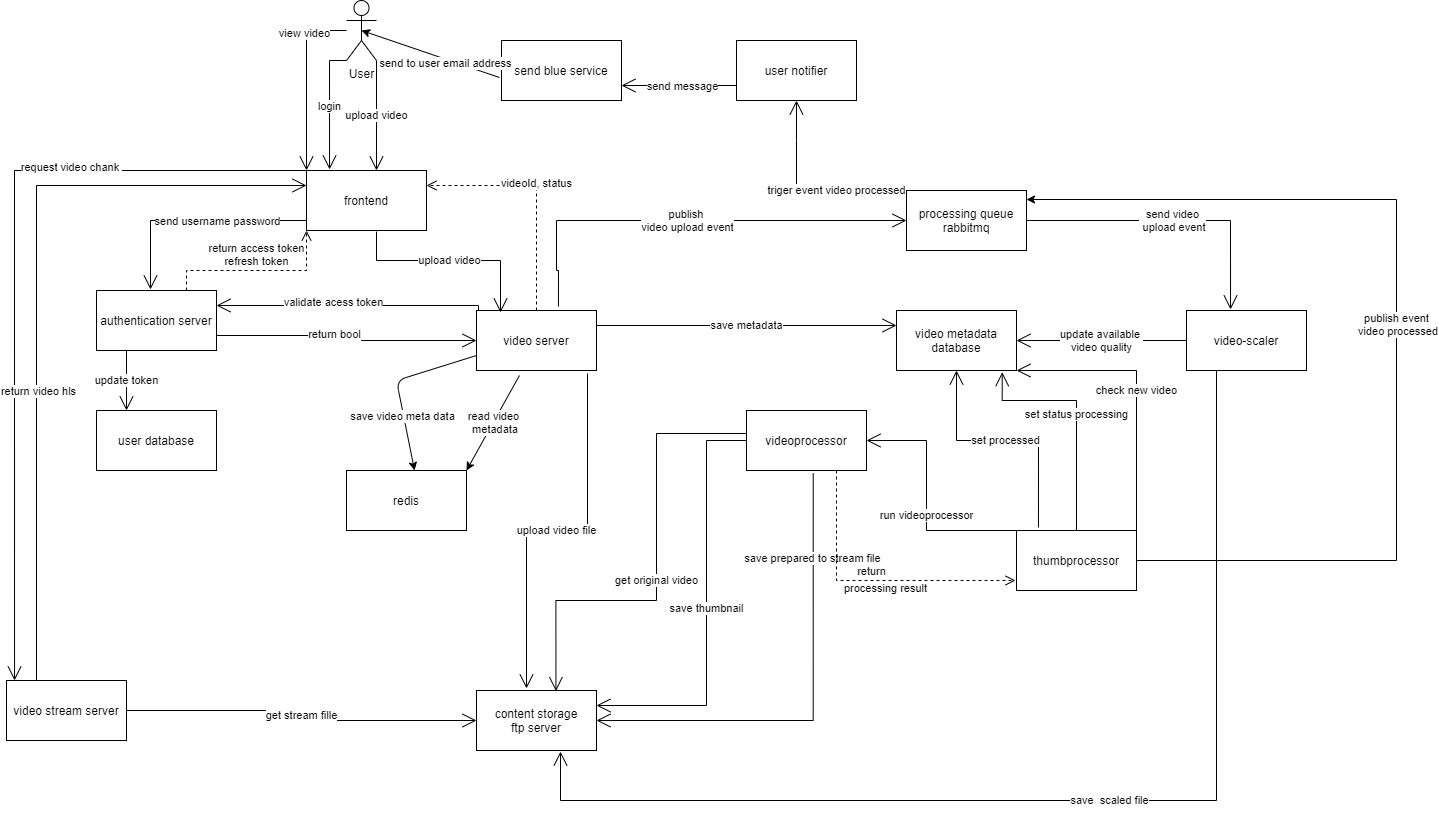
Earlier version of the draw.io export docs/images/architecture-with-notification.png (bearname/videohost). Source tidied: cells renumbered, new cells last; positions are measured from the earlier drawing's top-left corner, leaving out a move shared by most shapes.
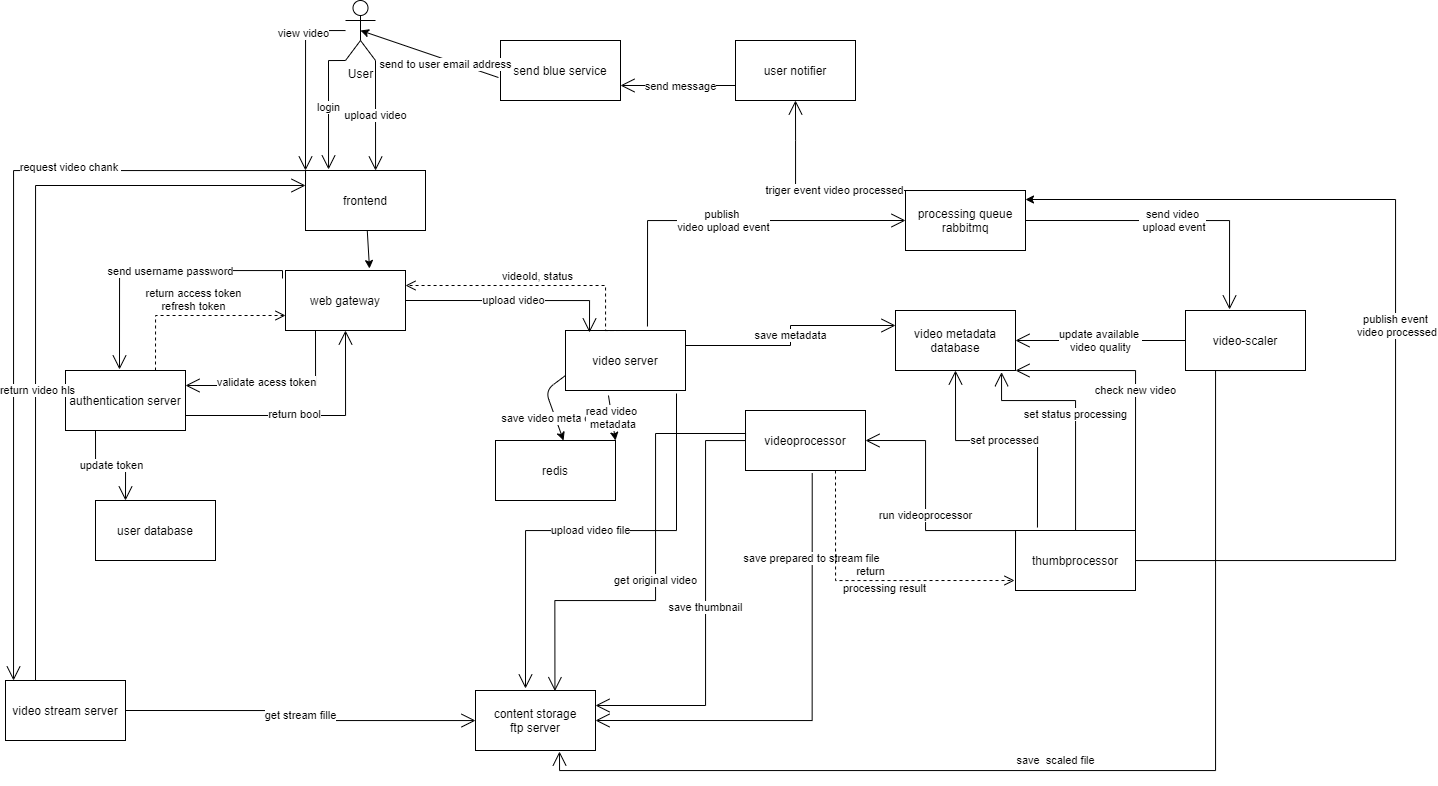
The same file after the commit.

Change to the diagram source:
```diff
@@ -3,10 +3,10 @@
     <mxCell id="0" />
     <mxCell id="1" parent="0" />
     <mxCell id="2" value="authentication server&lt;br&gt;" style="rounded=0;whiteSpace=wrap;html=1;" parent="1" vertex="1">
-      <mxGeometry x="90" y="290" width="120" height="60" as="geometry" />
+      <mxGeometry x="60" y="370" width="120" height="60" as="geometry" />
     </mxCell>
     <mxCell id="3" value="video server&lt;br&gt;" style="rounded=0;whiteSpace=wrap;html=1;" parent="1" vertex="1">
-      <mxGeometry x="470" y="310" width="120" height="60" as="geometry" />
+      <mxGeometry x="560" y="330" width="120" height="60" as="geometry" />
     </mxCell>
     <mxCell id="4" value="frontend&lt;br&gt;" style="rounded=0;whiteSpace=wrap;html=1;" parent="1" vertex="1">
       <mxGeometry x="300" y="170" width="120" height="60" as="geometry" />
@@ -18,7 +18,7 @@
       <mxGeometry x="890" y="310" width="120" height="60" as="geometry" />
     </mxCell>
     <mxCell id="7" value="user database" style="rounded=0;whiteSpace=wrap;html=1;" parent="1" vertex="1">
-      <mxGeometry x="90" y="410" width="120" height="60" as="geometry" />
+      <mxGeometry x="90" y="500" width="120" height="60" as="geometry" />
     </mxCell>
     <mxCell id="8" value="publish event&lt;br&gt;&amp;nbsp;video processed" style="edgeStyle=orthogonalEdgeStyle;rounded=0;jettySize=auto;html=1;entryX=1;entryY=0.15;entryDx=0;entryDy=0;entryPerimeter=0;" parent="1" edge="1" source="9" target="25">
       <mxGeometry relative="1" as="geometry">
@@ -41,11 +41,11 @@
         </Array>
       </mxGeometry>
     </mxCell>
-    <mxCell id="12" style="endArrow=open;endFill=1;endSize=12;html=1;rounded=0;edgeStyle=orthogonalEdgeStyle;entryX=0.45;entryY=-0.017;entryDx=0;entryDy=0;entryPerimeter=0;exitX=0;exitY=0.5;exitDx=0;exitDy=0;" parent="1" edge="1" source="4" target="2">
+    <mxCell id="12" style="endArrow=open;endFill=1;endSize=12;html=1;rounded=0;edgeStyle=orthogonalEdgeStyle;entryX=0.45;entryY=-0.017;entryDx=0;entryDy=0;entryPerimeter=0;exitX=-0.025;exitY=0.133;exitDx=0;exitDy=0;exitPerimeter=0;" parent="1" edge="1" source="62" target="2">
       <mxGeometry relative="1" as="geometry">
         <Array as="points">
-          <mxPoint x="300" y="220" />
-          <mxPoint x="144" y="220" />
+          <mxPoint x="277" y="270" />
+          <mxPoint x="114" y="270" />
         </Array>
       </mxGeometry>
     </mxCell>
@@ -54,38 +54,36 @@
         <mxPoint x="-2" y="1" as="offset" />
       </mxGeometry>
     </mxCell>
-    <mxCell id="14" value="return access token&lt;br&gt;refresh token" style="html=1;verticalAlign=bottom;endArrow=open;dashed=1;endSize=8;rounded=0;edgeStyle=orthogonalEdgeStyle;entryX=0;entryY=1;entryDx=0;entryDy=0;exitX=0.75;exitY=0;exitDx=0;exitDy=0;" parent="1" edge="1" source="2" target="4">
+    <mxCell id="14" value="return access token&lt;br&gt;refresh token" style="html=1;verticalAlign=bottom;endArrow=open;dashed=1;endSize=8;rounded=0;edgeStyle=orthogonalEdgeStyle;exitX=0.75;exitY=0;exitDx=0;exitDy=0;entryX=0;entryY=0.75;entryDx=0;entryDy=0;" parent="1" edge="1" source="2" target="62">
       <mxGeometry relative="1" as="geometry">
         <Array as="points">
-          <mxPoint x="180" y="270" />
-          <mxPoint x="300" y="270" />
+          <mxPoint x="150" y="315" />
         </Array>
       </mxGeometry>
     </mxCell>
-    <mxCell id="15" value="upload video" style="endArrow=open;endFill=1;endSize=12;html=1;rounded=0;edgeStyle=orthogonalEdgeStyle;entryX=0.2;entryY=0.033;entryDx=0;entryDy=0;entryPerimeter=0;" parent="1" edge="1" target="3">
+    <mxCell id="15" value="upload video" style="endArrow=open;endFill=1;endSize=12;html=1;rounded=0;edgeStyle=orthogonalEdgeStyle;entryX=0.2;entryY=0.033;entryDx=0;entryDy=0;entryPerimeter=0;exitX=1;exitY=0.5;exitDx=0;exitDy=0;" parent="1" edge="1" source="62" target="3">
       <mxGeometry relative="1" as="geometry">
-        <mxPoint x="370" y="231" as="sourcePoint" />
         <Array as="points">
-          <mxPoint x="370" y="231" />
-          <mxPoint x="370" y="260" />
-          <mxPoint x="494" y="260" />
+          <mxPoint x="584" y="300" />
         </Array>
       </mxGeometry>
     </mxCell>
-    <mxCell id="16" style="endArrow=open;endFill=1;endSize=12;html=1;rounded=0;edgeStyle=orthogonalEdgeStyle;entryX=1;entryY=0.25;entryDx=0;entryDy=0;" parent="1" edge="1" target="2">
+    <mxCell id="16" style="endArrow=open;endFill=1;endSize=12;html=1;rounded=0;edgeStyle=orthogonalEdgeStyle;entryX=1;entryY=0.25;entryDx=0;entryDy=0;exitX=0.25;exitY=1;exitDx=0;exitDy=0;" parent="1" edge="1" source="62" target="2">
       <mxGeometry relative="1" as="geometry">
-        <mxPoint x="472" y="310" as="sourcePoint" />
         <Array as="points">
-          <mxPoint x="472" y="310" />
-          <mxPoint x="472" y="305" />
+          <mxPoint x="310" y="385" />
         </Array>
       </mxGeometry>
     </mxCell>
     <mxCell id="17" value="validate acess token" style="edgeLabel;html=1;align=center;verticalAlign=middle;" parent="16" vertex="1">
       <mxGeometry x="0.13" y="-4" relative="1" as="geometry" />
     </mxCell>
-    <mxCell id="18" style="endArrow=open;endFill=1;endSize=12;html=1;rounded=0;edgeStyle=orthogonalEdgeStyle;exitX=1;exitY=0.75;exitDx=0;exitDy=0;entryX=0;entryY=0.5;entryDx=0;entryDy=0;" parent="1" edge="1" source="2" target="3">
-      <mxGeometry relative="1" as="geometry" />
+    <mxCell id="18" style="endArrow=open;endFill=1;endSize=12;html=1;rounded=0;edgeStyle=orthogonalEdgeStyle;exitX=1;exitY=0.75;exitDx=0;exitDy=0;entryX=0.5;entryY=1;entryDx=0;entryDy=0;" parent="1" edge="1" source="2" target="62">
+      <mxGeometry relative="1" as="geometry">
+        <Array as="points">
+          <mxPoint x="340" y="415" />
+        </Array>
+      </mxGeometry>
     </mxCell>
     <mxCell id="19" value="return bool" style="edgeLabel;html=1;align=center;verticalAlign=middle;" parent="18" vertex="1">
       <mxGeometry x="-0.11" y="2" relative="1" as="geometry" />
@@ -114,9 +112,7 @@
     <mxCell id="23" value="publish&amp;nbsp;&lt;br&gt;video upload event" style="endArrow=open;endFill=1;endSize=12;html=1;rounded=0;edgeStyle=orthogonalEdgeStyle;entryX=0;entryY=0.5;entryDx=0;entryDy=0;exitX=0.683;exitY=-0.067;exitDx=0;exitDy=0;exitPerimeter=0;" parent="1" edge="1" source="3" target="25">
       <mxGeometry relative="1" as="geometry">
         <Array as="points">
-          <mxPoint x="552" y="270" />
-          <mxPoint x="550" y="270" />
-          <mxPoint x="550" y="220" />
+          <mxPoint x="642" y="220" />
         </Array>
       </mxGeometry>
     </mxCell>
@@ -144,17 +140,19 @@
       <mxGeometry relative="1" as="geometry" />
     </mxCell>
     <mxCell id="29" value="save&amp;nbsp; scaled file" style="endArrow=open;endFill=1;endSize=12;html=1;rounded=0;edgeStyle=orthogonalEdgeStyle;exitX=0.75;exitY=1;exitDx=0;exitDy=0;entryX=0.7;entryY=1.017;entryDx=0;entryDy=0;entryPerimeter=0;" parent="1" edge="1" source="10" target="5">
-      <mxGeometry relative="1" as="geometry">
+      <mxGeometry x="0.09" y="-10" relative="1" as="geometry">
         <Array as="points">
-          <mxPoint x="1210" y="800" />
-          <mxPoint x="554" y="800" />
+          <mxPoint x="1210" y="370" />
+          <mxPoint x="1210" y="770" />
+          <mxPoint x="554" y="770" />
         </Array>
       </mxGeometry>
     </mxCell>
-    <mxCell id="30" value="videoId, status" style="html=1;verticalAlign=bottom;endArrow=open;dashed=1;endSize=8;rounded=0;edgeStyle=orthogonalEdgeStyle;exitX=0.5;exitY=0;exitDx=0;exitDy=0;entryX=1;entryY=0.25;entryDx=0;entryDy=0;" parent="1" edge="1" source="3" target="4">
+    <mxCell id="30" value="videoId, status" style="html=1;verticalAlign=bottom;endArrow=open;dashed=1;endSize=8;rounded=0;edgeStyle=orthogonalEdgeStyle;exitX=0.5;exitY=0;exitDx=0;exitDy=0;entryX=1;entryY=0.25;entryDx=0;entryDy=0;" parent="1" edge="1" source="3" target="62">
       <mxGeometry relative="1" as="geometry">
         <Array as="points">
-          <mxPoint x="530" y="185" />
+          <mxPoint x="600" y="330" />
+          <mxPoint x="600" y="285" />
         </Array>
       </mxGeometry>
     </mxCell>
@@ -300,12 +298,12 @@
       <mxGeometry x="-0.24" y="4" relative="1" as="geometry" />
     </mxCell>
     <mxCell id="58" value="redis" style="rounded=0;whiteSpace=wrap;html=1;" parent="1" vertex="1">
-      <mxGeometry x="340" y="470" width="120" height="60" as="geometry" />
+      <mxGeometry x="490" y="440" width="120" height="60" as="geometry" />
     </mxCell>
     <mxCell id="59" style="endArrow=classic;html=1;exitX=0;exitY=0.75;exitDx=0;exitDy=0;entryX=0.567;entryY=0;entryDx=0;entryDy=0;entryPerimeter=0;" parent="1" edge="1" source="3" target="58">
       <mxGeometry relative="1" as="geometry">
         <Array as="points">
-          <mxPoint x="390" y="380" />
+          <mxPoint x="540" y="390" />
         </Array>
       </mxGeometry>
     </mxCell>
@@ -315,5 +313,11 @@
     <mxCell id="61" value="read video&lt;br&gt;&amp;nbsp;metadata" style="endArrow=classic;html=1;exitX=0.358;exitY=1.083;exitDx=0;exitDy=0;exitPerimeter=0;entryX=1;entryY=0;entryDx=0;entryDy=0;" parent="1" edge="1" source="3" target="58">
       <mxGeometry relative="1" as="geometry" />
     </mxCell>
+    <mxCell id="62" value="web gateway" style="rounded=0;whiteSpace=wrap;html=1;" parent="1" vertex="1">
+      <mxGeometry x="280" y="270" width="120" height="60" as="geometry" />
+    </mxCell>
+    <mxCell id="63" style="endArrow=classic;html=1;entryX=0.7;entryY=-0.033;entryDx=0;entryDy=0;entryPerimeter=0;" parent="1" edge="1" source="4" target="62">
+      <mxGeometry relative="1" as="geometry" />
+    </mxCell>
   </root>
 </mxGraphModel>
```
